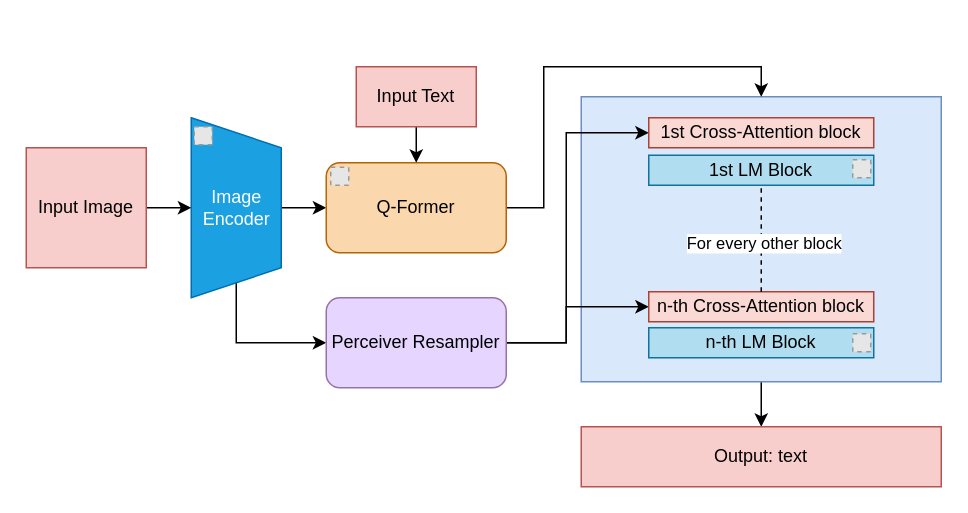
Before: images/CS7643_FinalProj.drawio in DanielSjtea/CS7643_ProductMind, a draw.io diagram. Source tidied: cells renumbered, new cells numbered last; positions are measured from the earlier drawing's top-left corner, leaving out a move shared by most shapes. Both pictures are drawn from the tidied source at 150%, with x=0, y=0 at pixel (26, 66). Pictures stored in the file or linked from it are replaced by grey dashed boxes.
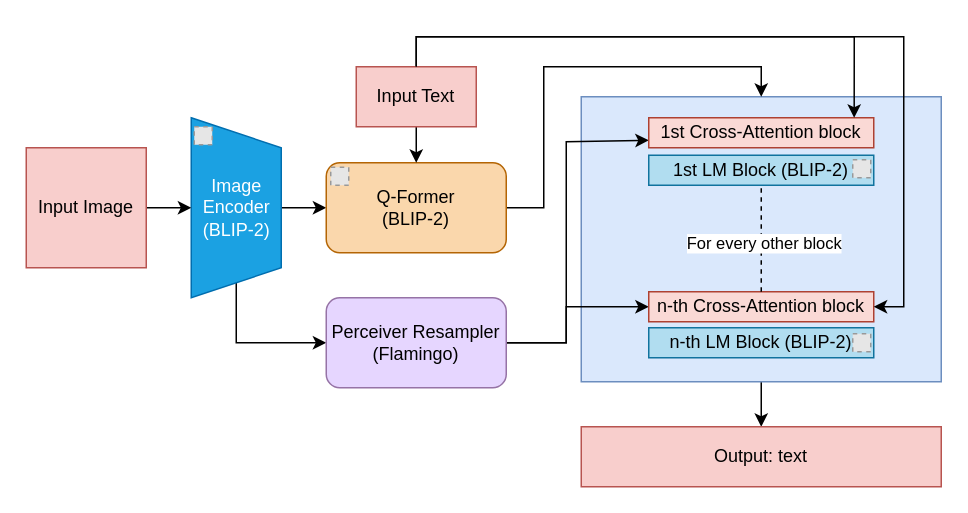
After the change.

The change refers to these unchanged cells:
```xml
<mxCell id="17" value="n-th Cross-Attention block" style="rounded=0;whiteSpace=wrap;html=1;fillColor=#fad9d5;strokeColor=#ae4132;" parent="1" vertex="1">
  <mxGeometry x="415" y="150" width="150" height="20" as="geometry" />
</mxCell>
<mxCell id="19" value="1st Cross-Attention block" style="rounded=0;whiteSpace=wrap;html=1;fillColor=#fad9d5;strokeColor=#ae4132;" parent="1" vertex="1">
  <mxGeometry x="415" y="34" width="150" height="20" as="geometry" />
</mxCell>
<mxCell id="27" value="Input Text" style="rounded=0;whiteSpace=wrap;html=1;fillColor=#f8cecc;strokeColor=#b85450;" parent="1" vertex="1">
  <mxGeometry x="220" width="80" height="40" as="geometry" />
</mxCell>
```

The edit, as a diff of the source:
```diff
@@
-    <mxCell id="8" value="&lt;font style=&quot;color: rgb(255, 255, 255);&quot;&gt;Image&lt;/font&gt;&lt;div&gt;&lt;span style=&quot;background-color: transparent;&quot;&gt;&lt;font style=&quot;color: rgb(255, 255, 255);&quot;&gt;Encoder&lt;br&gt;&lt;/font&gt;&lt;/span&gt;&lt;/div&gt;" style="text;html=1;align=center;verticalAlign=middle;" parent="1" vertex="1">
-      <mxGeometry x="105" y="74" width="70" height="40" as="geometry" />
+    <mxCell id="8" value="&lt;font style=&quot;color: rgb(255, 255, 255);&quot;&gt;Image&lt;/font&gt;&lt;div&gt;&lt;span style=&quot;background-color: transparent;&quot;&gt;&lt;font style=&quot;color: rgb(255, 255, 255);&quot;&gt;Encoder&lt;br&gt;(BLIP-2)&lt;/font&gt;&lt;/span&gt;&lt;/div&gt;" style="text;html=1;align=center;verticalAlign=middle;" parent="1" vertex="1">
+      <mxGeometry x="105" y="64" width="70" height="60" as="geometry" />
     </mxCell>
@@
-    <mxCell id="12" value="Q-Former" style="rounded=1;whiteSpace=wrap;html=1;fillColor=#fad7ac;strokeColor=#b46504;" parent="1" vertex="1">
+    <mxCell id="12" value="Q-Former&lt;br&gt;(BLIP-2)" style="rounded=1;whiteSpace=wrap;html=1;fillColor=#fad7ac;strokeColor=#b46504;" parent="1" vertex="1">
       <mxGeometry x="200" y="64" width="120" height="60" as="geometry" />
     </mxCell>
@@
-    <mxCell id="14" style="edgeStyle=orthogonalEdgeStyle;rounded=0;jettySize=auto;html=1;entryX=0;entryY=0.5;entryDx=0;entryDy=0;" parent="1" edge="1" source="15" target="19">
+    <mxCell id="14" style="edgeStyle=orthogonalEdgeStyle;rounded=0;jettySize=auto;html=1;entryX=0;entryY=0.75;entryDx=0;entryDy=0;" parent="1" edge="1" source="15" target="19">
       <mxGeometry relative="1" as="geometry">
         <Array as="points">
           <mxPoint x="360" y="184" />
-          <mxPoint x="360" y="44" />
+          <mxPoint x="360" y="50" />
         </Array>
       </mxGeometry>
     </mxCell>
-    <mxCell id="15" value="Perceiver Resampler" style="rounded=1;whiteSpace=wrap;html=1;fillColor=light-dark(#E6D6FF,#392F3F);strokeColor=#9673a6;" parent="1" vertex="1">
+    <mxCell id="15" value="Perceiver Resampler&lt;br&gt;(Flamingo)" style="rounded=1;whiteSpace=wrap;html=1;fillColor=light-dark(#E6D6FF,#392F3F);strokeColor=#9673a6;" parent="1" vertex="1">
       <mxGeometry x="200" y="154" width="120" height="60" as="geometry" />
     </mxCell>
@@
-    <mxCell id="18" value="n-th LM Block" style="rounded=0;whiteSpace=wrap;html=1;fillColor=#b1ddf0;strokeColor=#10739e;" parent="1" vertex="1">
+    <mxCell id="18" value="n-th LM Block (BLIP-2)" style="rounded=0;whiteSpace=wrap;html=1;fillColor=#b1ddf0;strokeColor=#10739e;" parent="1" vertex="1">
       <mxGeometry x="415" y="174" width="150" height="20" as="geometry" />
     </mxCell>
@@
-    <mxCell id="20" value="1st LM Block" style="rounded=0;whiteSpace=wrap;html=1;fillColor=#b1ddf0;strokeColor=#10739e;" parent="1" vertex="1">
+    <mxCell id="20" value="1st LM Block (BLIP-2)" style="rounded=0;whiteSpace=wrap;html=1;fillColor=#b1ddf0;strokeColor=#10739e;" parent="1" vertex="1">
       <mxGeometry x="415" y="59" width="150" height="20" as="geometry" />
     </mxCell>
@@
+    <mxCell id="28" style="edgeStyle=orthogonalEdgeStyle;rounded=0;jettySize=auto;html=1;entryX=1;entryY=0.5;entryDx=0;entryDy=0;" parent="1" edge="1" source="27" target="17">
+      <mxGeometry relative="1" as="geometry">
+        <Array as="points">
+          <mxPoint x="260" y="-20" />
+          <mxPoint x="585" y="-20" />
+          <mxPoint x="585" y="160" />
+        </Array>
+      </mxGeometry>
+    </mxCell>
@@
+    <mxCell id="29" style="edgeStyle=orthogonalEdgeStyle;rounded=0;jettySize=auto;html=1;entryX=0.913;entryY=0;entryDx=0;entryDy=0;entryPerimeter=0;" parent="1" edge="1" source="27" target="19">
+      <mxGeometry relative="1" as="geometry">
+        <Array as="points">
+          <mxPoint x="260" y="-20" />
+          <mxPoint x="552" y="-20" />
+        </Array>
+      </mxGeometry>
+    </mxCell>
```
